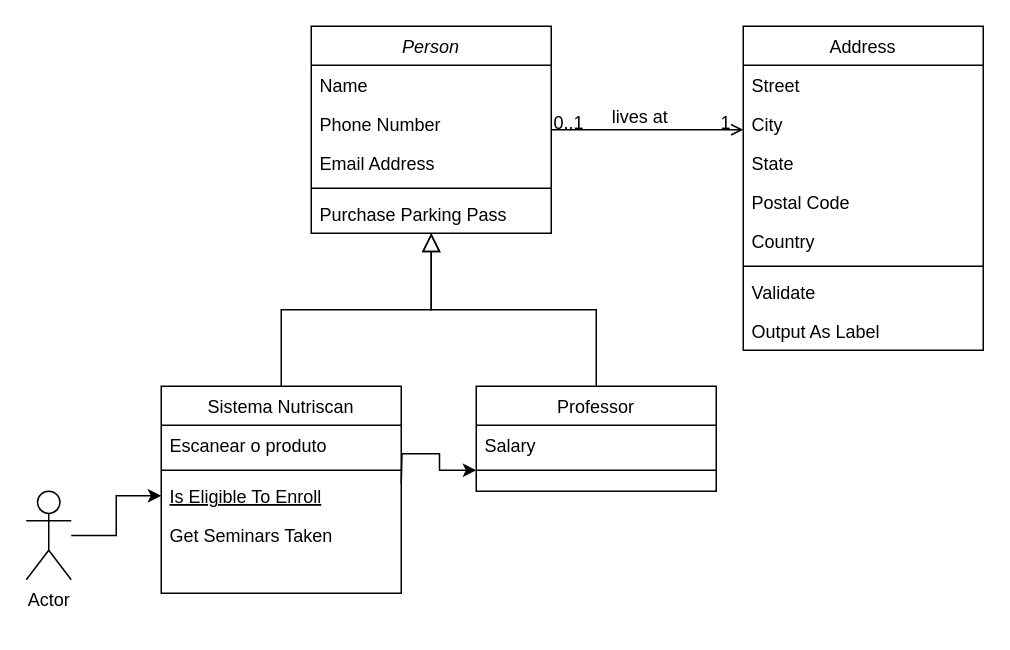
Earlier version of the draw.io diagram caso de uso nutriscan.drawio (gabirucosta2140/desktop-Diogo). Source tidied: cells renumbered, new cells numbered last; positions are measured from the earlier drawing's top-left corner, leaving out a move shared by most shapes. Both pictures are drawn from the tidied source at 150%, with x=0, y=0 at pixel (26, 26).
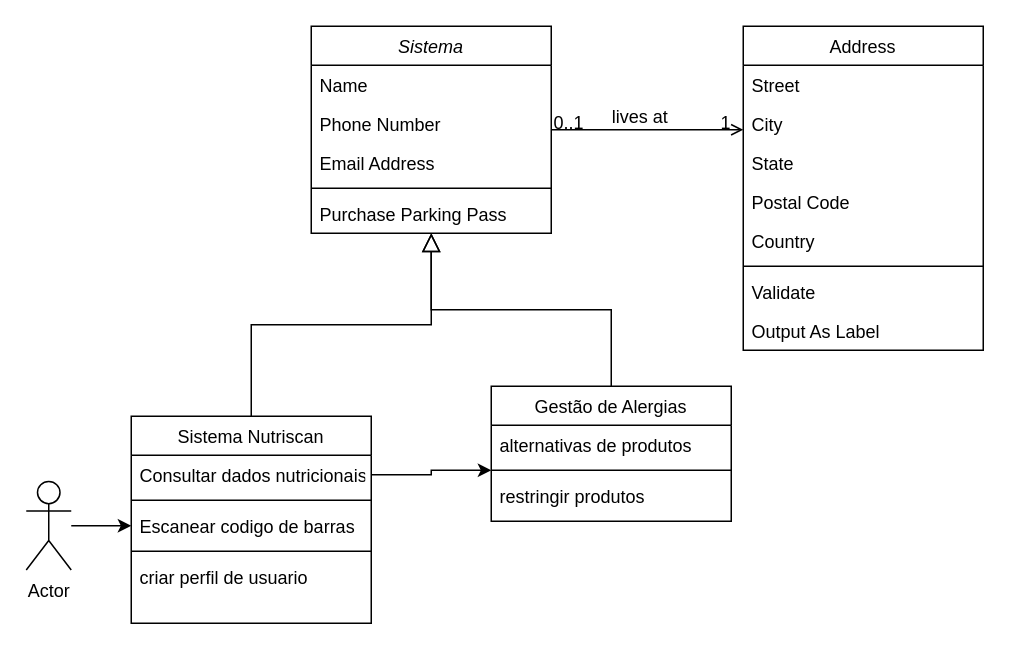
After the change.

The change refers to these unchanged cells:
```xml
<mxCell id="16" style="line;html=1;strokeWidth=1;align=left;verticalAlign=middle;spacingTop=-1;spacingLeft=3;spacingRight=3;labelPosition=right;points=[];portConstraint=eastwest;" parent="14" vertex="1">
  <mxGeometry y="52" width="160" height="8" as="geometry" />
</mxCell>
```

What changed in the source:
```diff
@@
-    <mxCell id="2" value="Person" style="swimlane;fontStyle=2;align=center;verticalAlign=top;horizontal=1;startSize=26;rounded=0;shadow=0;strokeWidth=1;" parent="1" vertex="1">
+    <mxCell id="2" value="Sistema" style="swimlane;fontStyle=2;align=center;verticalAlign=top;horizontal=1;startSize=26;rounded=0;shadow=0;strokeWidth=1;" parent="1" vertex="1">
       <mxGeometry x="190" width="160" height="138" as="geometry" />
     </mxCell>
@@
     <mxCell id="8" value="Sistema Nutriscan" style="swimlane;fontStyle=0;align=center;verticalAlign=top;horizontal=1;startSize=26;rounded=0;shadow=0;strokeWidth=1;" parent="1" vertex="1">
-      <mxGeometry x="90" y="240" width="160" height="138" as="geometry" />
+      <mxGeometry x="70" y="260" width="160" height="138" as="geometry" />
     </mxCell>
-    <mxCell id="9" value="Escanear o produto" style="text;align=left;verticalAlign=top;spacingLeft=4;spacingRight=4;overflow=hidden;points=[[0,0.5],[1,0.5]];portConstraint=eastwest;" parent="8" vertex="1">
+    <mxCell id="9" value="Consultar dados nutricionais" style="text;align=left;verticalAlign=top;spacingLeft=4;spacingRight=4;overflow=hidden;points=[[0,0.5],[1,0.5]];portConstraint=eastwest;" parent="8" vertex="1">
       <mxGeometry y="26" width="160" height="26" as="geometry" />
     </mxCell>
@@
-    <mxCell id="11" value="Is Eligible To Enroll" style="text;align=left;verticalAlign=top;spacingLeft=4;spacingRight=4;overflow=hidden;points=[[0,0.5],[1,0.5]];portConstraint=eastwest;fontStyle=4;" parent="8" vertex="1">
-      <mxGeometry y="60" width="160" height="26" as="geometry" />
-    </mxCell>
-    <mxCell id="12" value="Get Seminars Taken" style="text;align=left;verticalAlign=top;spacingLeft=4;spacingRight=4;overflow=hidden;points=[[0,0.5],[1,0.5]];portConstraint=eastwest;" parent="8" vertex="1">
-      <mxGeometry y="86" width="160" height="26" as="geometry" />
+    <mxCell id="12" value="Escanear codigo de barras" style="text;align=left;verticalAlign=top;spacingLeft=4;spacingRight=4;overflow=hidden;points=[[0,0.5],[1,0.5]];portConstraint=eastwest;" parent="8" vertex="1">
+      <mxGeometry y="60" width="160" height="26" as="geometry" />
     </mxCell>
+    <mxCell id="34" style="line;html=1;strokeWidth=1;align=left;verticalAlign=middle;spacingTop=-1;spacingLeft=3;spacingRight=3;labelPosition=right;" parent="8" vertex="1">
+      <mxGeometry y="86" width="160" height="8" as="geometry" />
+    </mxCell>
+    <mxCell id="35" value="criar perfil de usuario" style="text;align=left;verticalAlign=top;spacingLeft=4;spacingRight=4;overflow=hidden;" parent="8" vertex="1">
+      <mxGeometry y="94" width="160" height="26" as="geometry" />
+    </mxCell>
@@
-    <mxCell id="14" value="Professor" style="swimlane;fontStyle=0;align=center;verticalAlign=top;horizontal=1;startSize=26;rounded=0;shadow=0;strokeWidth=1;" parent="1" vertex="1">
-      <mxGeometry x="300" y="240" width="160" height="70" as="geometry" />
+    <mxCell id="14" value="Gestão de Alergias" style="swimlane;fontStyle=0;align=center;verticalAlign=top;horizontal=1;startSize=26;rounded=0;shadow=0;strokeWidth=1;" parent="1" vertex="1">
+      <mxGeometry x="310" y="240" width="160" height="90" as="geometry" />
     </mxCell>
-    <mxCell id="15" value="Salary" style="text;align=left;verticalAlign=top;spacingLeft=4;spacingRight=4;overflow=hidden;" parent="14" vertex="1">
+    <mxCell id="15" value="alternativas de produtos" style="text;align=left;verticalAlign=top;spacingLeft=4;spacingRight=4;overflow=hidden;" parent="14" vertex="1">
       <mxGeometry y="26" width="160" height="26" as="geometry" />
     </mxCell>
@@
+    <mxCell id="36" value="restringir produtos" style="text;align=left;verticalAlign=top;spacingLeft=4;spacingRight=4;overflow=hidden;" parent="14" vertex="1">
+      <mxGeometry y="60" width="160" height="26" as="geometry" />
+    </mxCell>
@@
-    <mxCell id="31" style="edgeStyle=orthogonalEdgeStyle;rounded=0;jettySize=auto;html=1;" parent="1" edge="1" source="32" target="11">
-      <mxGeometry relative="1" as="geometry" />
-    </mxCell>
+    <mxCell id="37" style="edgeStyle=orthogonalEdgeStyle;rounded=0;jettySize=auto;html=1;" parent="1" edge="1" source="32" target="12">
+      <mxGeometry relative="1" as="geometry" />
+    </mxCell>
     <mxCell id="32" value="Actor" style="shape=umlActor;verticalLabelPosition=bottom;verticalAlign=top;html=1;outlineConnect=0;" parent="1" vertex="1">
-      <mxGeometry y="310" width="30" height="59" as="geometry" />
+      <mxGeometry y="303.5" width="30" height="59" as="geometry" />
     </mxCell>
-    <mxCell id="33" style="edgeStyle=orthogonalEdgeStyle;rounded=0;jettySize=auto;html=1;" parent="1" edge="1" target="16">
-      <mxGeometry relative="1" as="geometry">
-        <mxPoint x="250" y="305" as="sourcePoint" />
-      </mxGeometry>
-    </mxCell>
+    <mxCell id="38" style="edgeStyle=orthogonalEdgeStyle;rounded=0;jettySize=auto;html=1;" parent="1" edge="1" source="9" target="16">
+      <mxGeometry relative="1" as="geometry" />
+    </mxCell>
```
